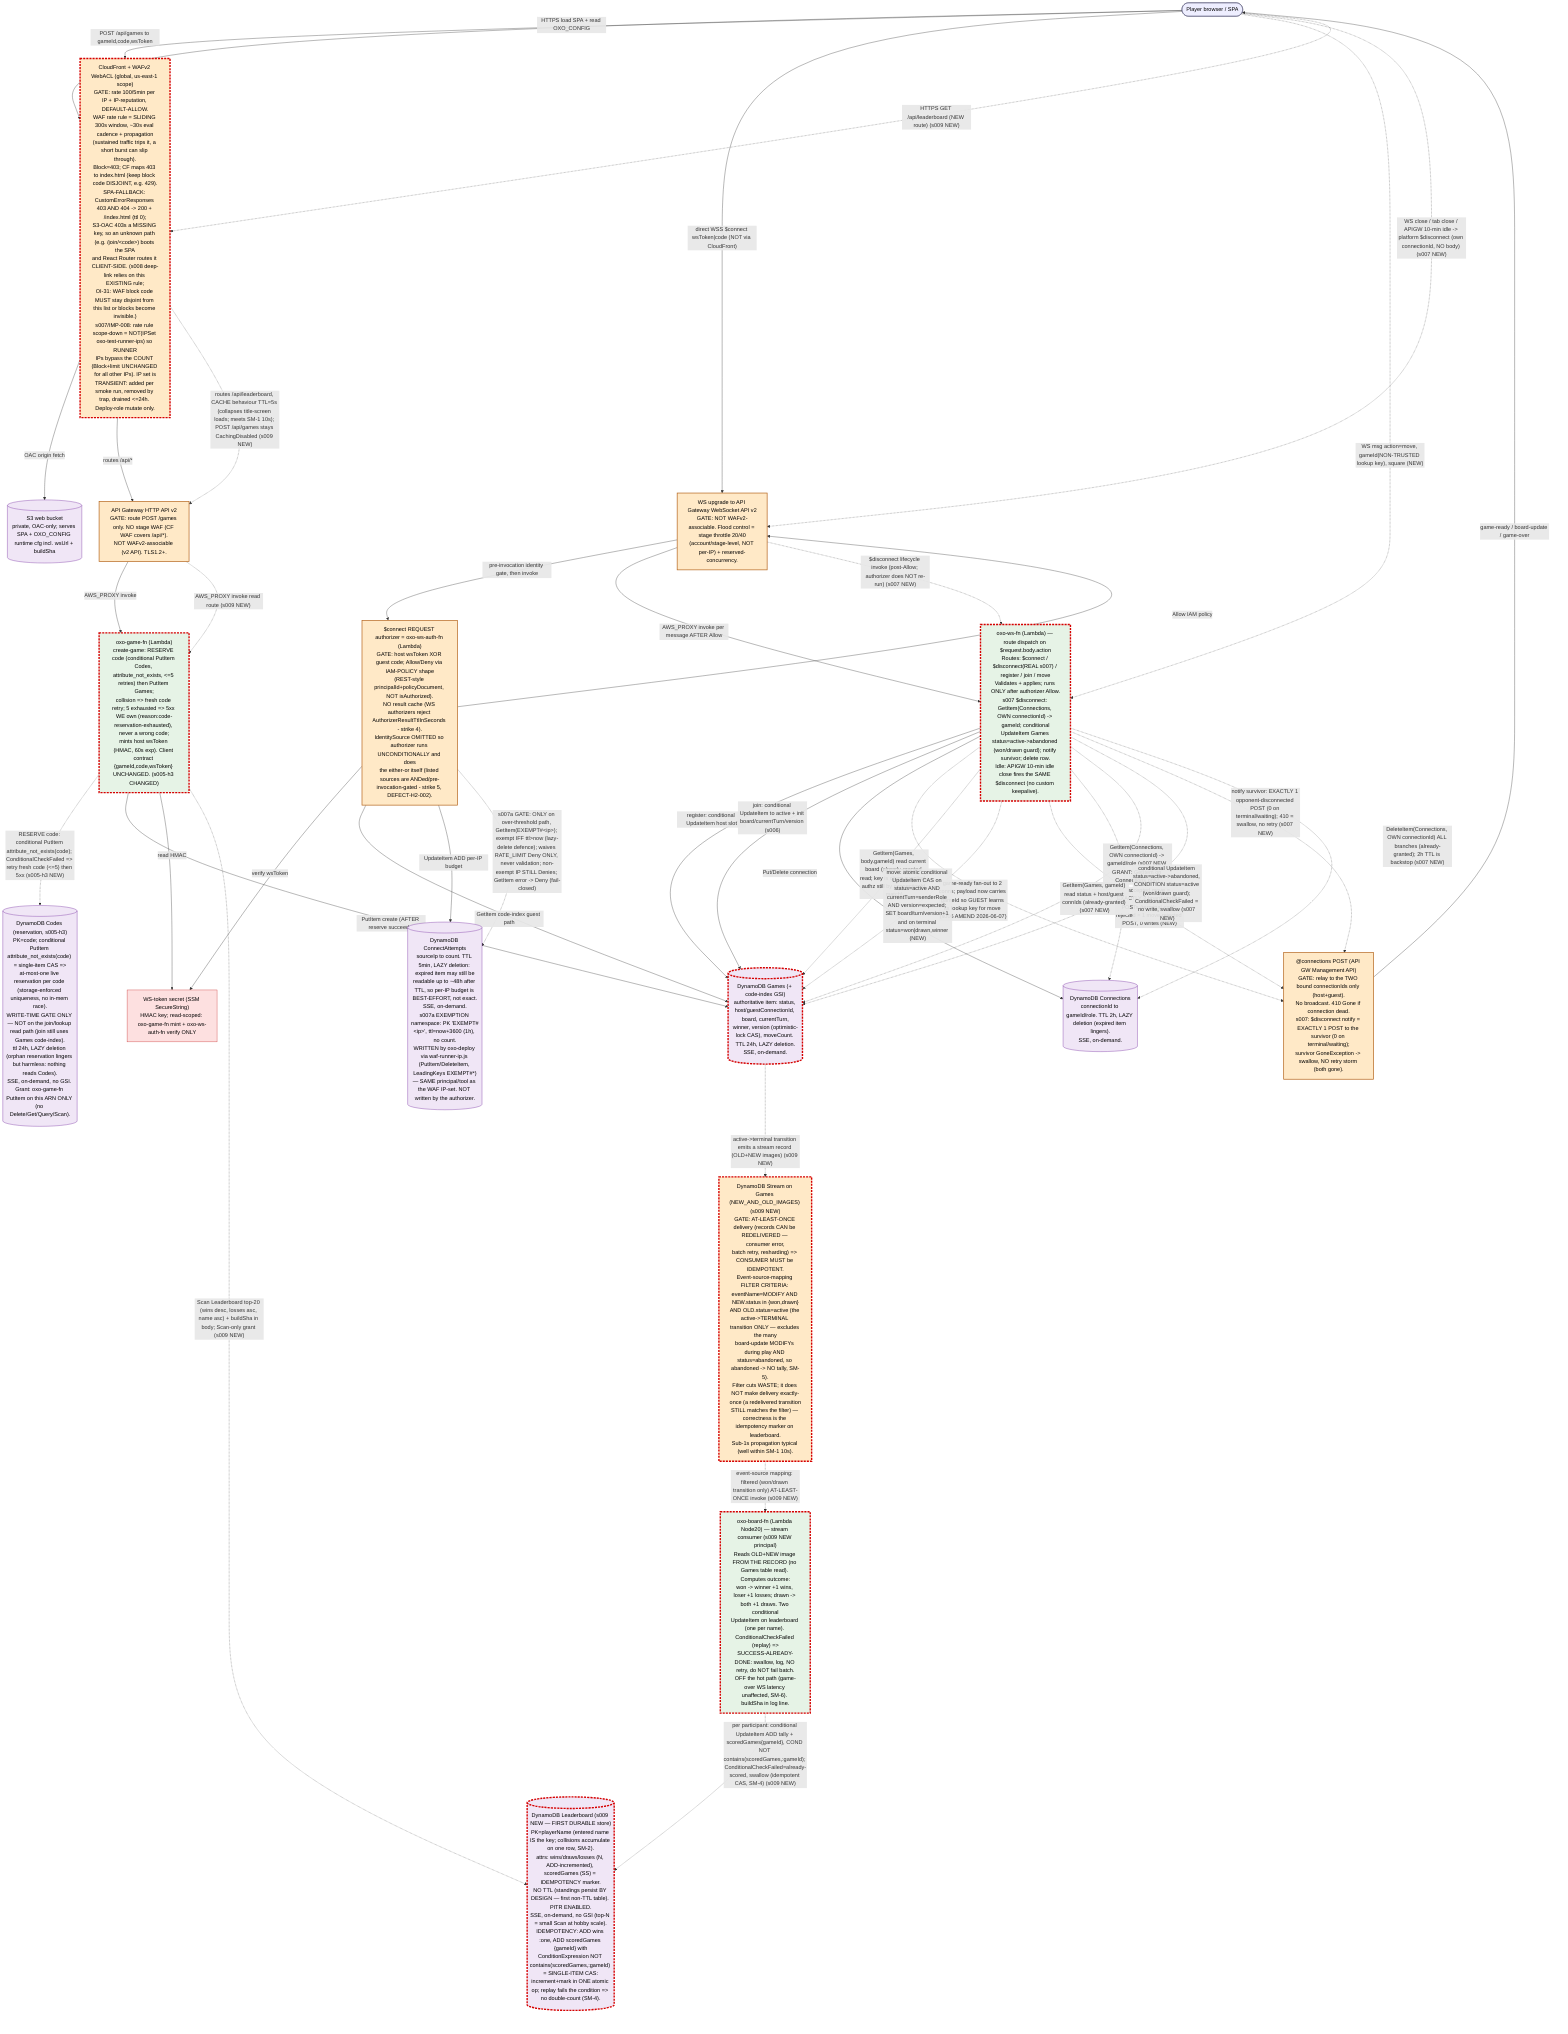
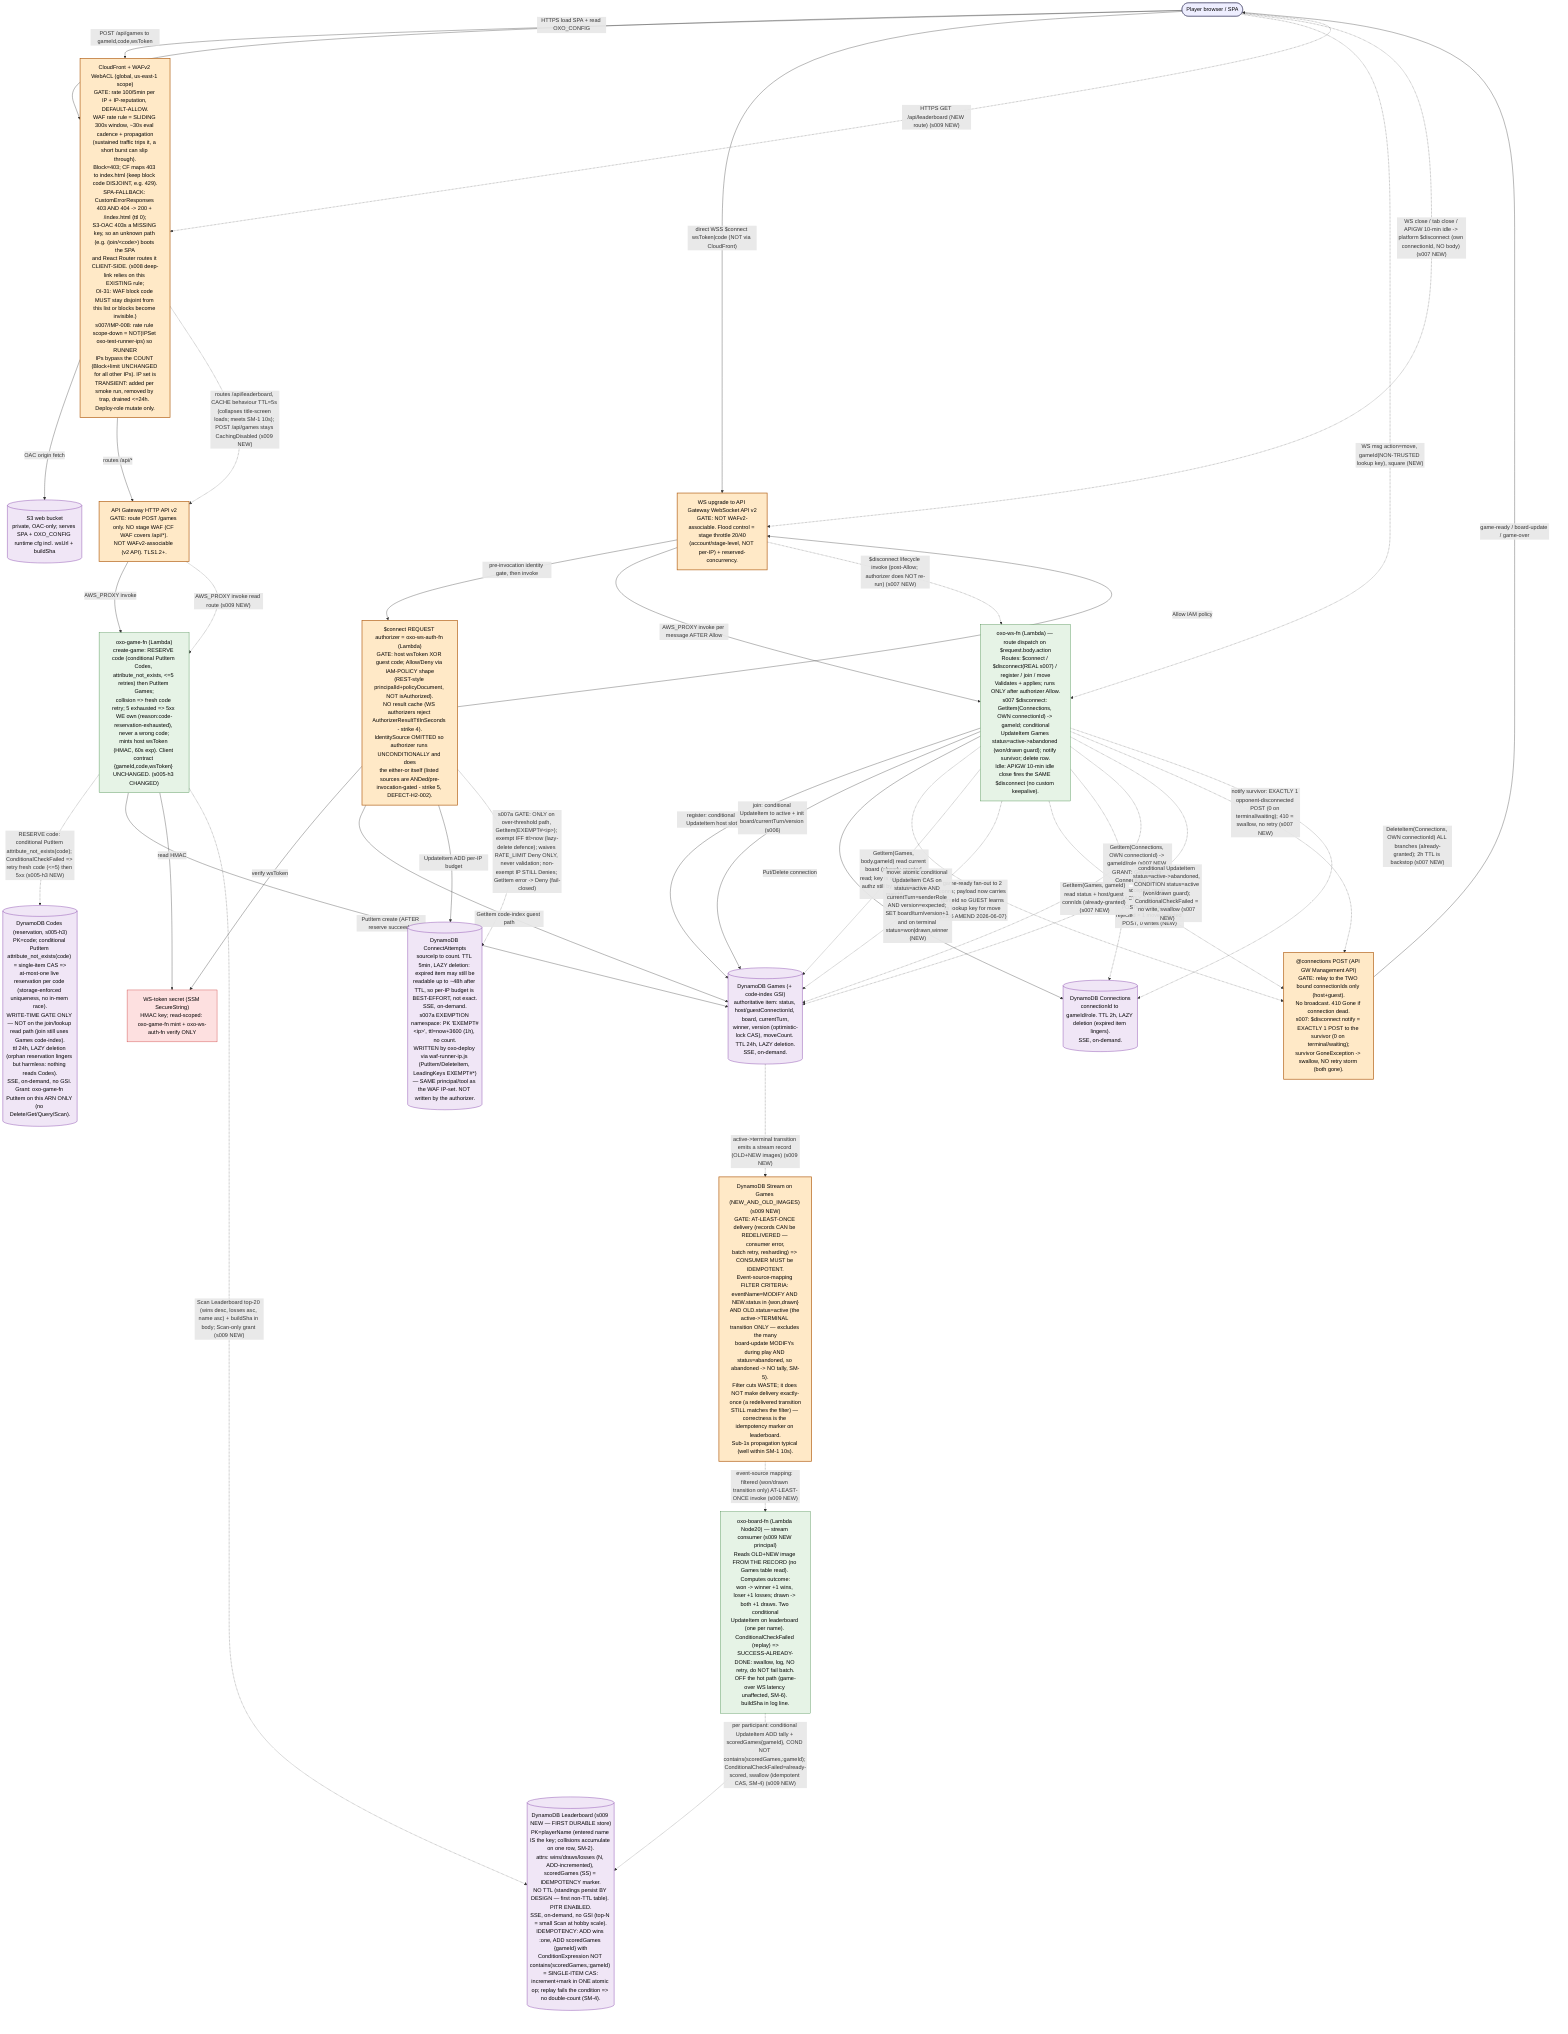
%% oxo-online runtime data-flow — s009 (delta 010) edition (process §12a)
%% Platform GATES are explicit nodes. Non-obvious platform semantics are named ON the node.
%% This file is the TESTER's planning input. classDef changed marks THIS slice's (s009) delta.
%% Granularity: module / gate level (coarse). Built scope only (deferred items are NOT drawn).
%% s009 (delta 010, C5): ARCADE SCOREBOARD — first DURABLE store + first DynamoDB STREAM.
%% NEW nodes: leaderboard (durable, NO TTL, PITR), board-fn (stream consumer). NEW gate node:
%% games-stream (DynamoDB Stream on Games, at-least-once delivery + active->terminal filter).
%% NEW edges: games -> games-stream (transition records), games-stream -> board-fn (consume),
%% board-fn -> leaderboard (conditional ADD + scoredGames marker = idempotent CAS),
%% player -> cfwaf GET /api/leaderboard (5s TTL cache behaviour), httpapi -> gamefn (Scan read),
%% gamefn -> leaderboard (Scan top-N). Name propagation: playerName onto Games at create/join
%% (rides EXISTING writes — no new edge, annotated on gamefn/wsfn->games edges).
%% classDef changed marks THIS slice's (s009) delta: see the s009 CHANGED block at the bottom.

flowchart TD

  %% ---- Edge / SPA path (HTTPS) ----
  player(["Player browser / SPA"]):::actor
  cfwaf["CloudFront + WAFv2 WebACL (global, us-east-1 scope)<br/>GATE: rate 100/5min per IP + IP-reputation, DEFAULT-ALLOW.<br/>WAF rate rule = SLIDING 300s window, ~30s eval cadence + propagation<br/>(sustained traffic trips it, a short burst can slip through).<br/>Block=403; CF maps 403 to index.html (keep block code DISJOINT, e.g. 429).<br/>SPA-FALLBACK: CustomErrorResponses 403 AND 404 -> 200 + /index.html (ttl 0);<br/>S3-OAC 403s a MISSING key, so an unknown path (e.g. /join/&lt;code&gt;) boots the SPA<br/>and React Router routes it CLIENT-SIDE. (s008 deep-link relies on this EXISTING rule;<br/>OI-31: WAF block code MUST stay disjoint from this list or blocks become invisible.)<br/>s007/IMP-008: rate rule scope-down = NOT(IPSet oxo-test-runner-ips) so RUNNER<br/>IPs bypass the COUNT (Block+limit UNCHANGED for all other IPs). IP set is<br/>TRANSIENT: added per smoke run, removed by trap, drained <=24h. Deploy-role mutate only."]:::gate
  s3[("S3 web bucket<br/>private, OAC-only; serves SPA + OXO_CONFIG runtime cfg incl. wsUrl + buildSha")]:::store
  httpapi["API Gateway HTTP API v2<br/>GATE: route POST /games only. NO stage WAF (CF WAF covers /api/*).<br/>NOT WAFv2-associable (v2 API). TLS1.2+."]:::gate
  gamefn["oxo-game-fn (Lambda)<br/>create-game: RESERVE code (conditional PutItem Codes, attribute_not_exists, <=5 retries) then PutItem Games;<br/>collision => fresh code retry; 5 exhausted => 5xx WE own (reason:code-reservation-exhausted), never a wrong code;<br/>mints host wsToken (HMAC, 60s exp). Client contract {gameId,code,wsToken} UNCHANGED. (s005-h3 CHANGED)"]:::compute
  codes[("DynamoDB Codes (reservation, s005-h3)<br/>PK=code; conditional PutItem attribute_not_exists(code) = single-item CAS =><br/>at-most-one live reservation per code (storage-enforced uniqueness, no in-mem race).<br/>WRITE-TIME GATE ONLY — NOT on the join/lookup read path (join still uses Games code-index).<br/>ttl 24h, LAZY deletion (orphan reservation lingers but harmless: nothing reads Codes).<br/>SSE, on-demand, no GSI. Grant: oxo-game-fn PutItem on this ARN ONLY (no Delete/Get/Query/Scan).")]:::store
  secret["WS-token secret (SSM SecureString)<br/>HMAC key; read-scoped: oxo-game-fn mint + oxo-ws-auth-fn verify ONLY"]:::secret

  %% ---- WebSocket path (WSS, NOT via CloudFront) ----
  wsupgrade["WS upgrade to API Gateway WebSocket API v2<br/>GATE: NOT WAFv2-associable. Flood control = stage throttle 20/40<br/>(account/stage-level, NOT per-IP) + reserved-concurrency."]:::gate
  wsauth["$connect REQUEST authorizer = oxo-ws-auth-fn (Lambda)<br/>GATE: host wsToken XOR guest code; Allow/Deny via IAM-POLICY shape<br/>(REST-style principalId+policyDocument, NOT isAuthorized).<br/>NO result cache (WS authorizers reject AuthorizerResultTtlInSeconds - strike 4).<br/>IdentitySource OMITTED so authorizer runs UNCONDITIONALLY and does<br/>the either-or itself (listed sources are ANDed/pre-invocation-gated - strike 5, DEFECT-H2-002)."]:::gate
  attempts[("DynamoDB ConnectAttempts<br/>sourceIp to count. TTL 5min, LAZY deletion: expired item may still be<br/>readable up to ~48h after TTL, so per-IP budget is BEST-EFFORT, not exact.<br/>SSE, on-demand.<br/>s007a EXEMPTION namespace: PK 'EXEMPT#&lt;ip&gt;', ttl=now+3600 (1h), no count.<br/>WRITTEN by oxo-deploy via waf-runner-ip.js (PutItem/DeleteItem, LeadingKeys EXEMPT#*)<br/>— SAME principal/tool as the WAF IP-set. NOT written by the authorizer.")]:::store
  wsfn["oxo-ws-fn (Lambda) — route dispatch on $request.body.action<br/>Routes: $connect / $disconnect(REAL s007) / register / join / move<br/>Validates + applies; runs ONLY after authorizer Allow.<br/>s007 $disconnect: GetItem(Connections, OWN connectionId) -> gameId; conditional<br/>UpdateItem Games status=active->abandoned (won/drawn guard); notify survivor; delete row.<br/>Idle: APIGW 10-min idle close fires the SAME $disconnect (no custom keepalive)."]:::compute
  conn[("DynamoDB Connections<br/>connectionId to gameId/role. TTL 2h, LAZY deletion (expired item lingers).<br/>SSE, on-demand.")]:::store
  games[("DynamoDB Games (+ code-index GSI)<br/>authoritative item: status, host/guestConnectionId, board, currentTurn,<br/>winner, version (optimistic-lock CAS), moveCount. TTL 24h, LAZY deletion.<br/>SSE, on-demand.")]:::store
  relay["@connections POST (API GW Management API)<br/>GATE: relay to the TWO bound connectionIds only (host+guest).<br/>No broadcast. 410 Gone if connection dead.<br/>s007: $disconnect notify = EXACTLY 1 POST to the survivor (0 on terminal/waiting);<br/>survivor GoneException -> swallow, NO retry storm (both gone)."]:::gate

  %% ---- s009 (delta 010) NEW nodes: arcade scoreboard ----
  games-stream["DynamoDB Stream on Games (NEW_AND_OLD_IMAGES) (s009 NEW)<br/>GATE: AT-LEAST-ONCE delivery (records CAN be REDELIVERED — consumer error,<br/>batch retry, resharding) => CONSUMER MUST be IDEMPOTENT.<br/>Event-source-mapping FILTER CRITERIA: eventName=MODIFY AND NEW.status in {won,drawn}<br/>AND OLD.status=active (the active->TERMINAL transition ONLY — excludes the many<br/>board-update MODIFYs during play AND status=abandoned, so abandoned -> NO tally, SM-5).<br/>Filter cuts WASTE; it does NOT make delivery exactly-once (a redelivered transition<br/>STILL matches the filter) — correctness is the idempotency marker on leaderboard.<br/>Sub-1s propagation typical (well within SM-1 10s)."]:::gate
  boardfn["oxo-board-fn (Lambda Node20) — stream consumer (s009 NEW principal)<br/>Reads OLD+NEW image FROM THE RECORD (no Games table read). Computes outcome:<br/>won -> winner +1 wins, loser +1 losses; drawn -> both +1 draws. Two conditional<br/>UpdateItem on leaderboard (one per name). ConditionalCheckFailed (replay) =><br/>SUCCESS-ALREADY-DONE: swallow, log, NO retry, do NOT fail batch.<br/>OFF the hot path (game-over WS latency unaffected, SM-6). buildSha in log line."]:::compute
  leaderboard[("DynamoDB Leaderboard (s009 NEW — FIRST DURABLE store)<br/>PK=playerName (entered name IS the key; collisions accumulate on one row, SM-2).<br/>attrs: wins/draws/losses (N, ADD-incremented), scoredGames (SS) = IDEMPOTENCY marker.<br/>NO TTL (standings persist BY DESIGN — first non-TTL table). PITR ENABLED.<br/>SSE, on-demand, no GSI (top-N = small Scan at hobby scale).<br/>IDEMPOTENCY: ADD wins :one, ADD scoredGames {gameId} with<br/>ConditionExpression NOT contains(scoredGames,:gameId) = SINGLE-ITEM CAS:<br/>increment+mark in ONE atomic op; replay fails the condition => no double-count (SM-4).")]:::store

  %% ---- Existing edges (built s001..s005-h2) ----
  player -->|"HTTPS load SPA + read OXO_CONFIG"| cfwaf
  cfwaf -->|"OAC origin fetch"| s3
  cfwaf -->|"routes /api/*"| httpapi
  player -->|"POST /api/games to gameId,code,wsToken"| cfwaf
  httpapi -->|"AWS_PROXY invoke"| gamefn
  gamefn -.->|"RESERVE code: conditional PutItem attribute_not_exists(code); ConditionalCheckFailed => retry fresh code (<=5) then 5xx (s005-h3 NEW)"| codes
  gamefn -->|"PutItem create (AFTER reserve succeeds)"| games
  gamefn -->|"read HMAC"| secret

  player -->|"direct WSS $connect wsToken|code (NOT via CloudFront)"| wsupgrade
  wsupgrade -->|"pre-invocation identity gate, then invoke"| wsauth
  wsauth -->|"verify wsToken"| secret
  wsauth -->|"GetItem code-index guest path"| games
  wsauth -->|"UpdateItem ADD per-IP budget"| attempts
  wsauth -.->|"s007a GATE: ONLY on over-threshold path, GetItem(EXEMPT#&lt;ip&gt;); exempt IFF ttl&gt;now (lazy-delete defence); waives RATE_LIMIT Deny ONLY, never validation; non-exempt IP STILL Denies; GetItem error -> Deny (fail-closed)"| attempts
  wsauth -->|"Allow IAM policy"| wsupgrade
  wsupgrade -->|"AWS_PROXY invoke per message AFTER Allow"| wsfn
  wsfn -->|"register: conditional UpdateItem host slot"| games
  wsfn -->|"join: conditional UpdateItem to active + init board/currentTurn/version (s006)"| games
  wsfn -->|"Put/Delete connection"| conn
  wsfn -.->|"game-ready fan-out to 2 conns; payload now carries gameId so GUEST learns its lookup key for move (s006 AMEND 2026-06-07)"| relay
  relay -->|"game-ready / board-update / game-over"| player

  %% ---- s006 NEW data flow: move relay (CHANGED, dotted) ----
  %% AMEND 2026-06-07: move frame carries gameId as a NON-TRUSTED LOOKUP KEY (selects
  %% the Games item to read; NOT an identity/role claim). Authorization is the
  %% server-side match of the REAL requestContext.connectionId vs stored host/guest
  %% ConnectionId; forged gameId resolves a game the sender is not in -> reject, no
  %% write. This is why NO Connections-read edge is added on the move path (S5 intact).
  %% game-ready fan-out (line 44 / join.ts) must now also carry gameId so the GUEST
  %% (joins by code) can supply the lookup key.
  player -.->|"WS msg action=move, gameId(NON-TRUSTED lookup key), square (NEW)"| wsfn
  wsfn -.->|"GetItem(Games, body.gameId) read current board (already-granted read; key is client-supplied, authz still by connectionId match)"| games
  wsfn -.->|"move: atomic conditional UpdateItem CAS on status=active AND currentTurn=senderRole AND version=expected; SET board/turn/version+1 and on terminal status=won|drawn,winner (NEW)"| games
  wsfn -.->|"accepted move = EXACTLY 2 board-update POSTs (terminal <=4); rejected = 1 move-rejected POST, 0 writes (NEW)"| relay

  %% ---- s007 NEW data flow: $disconnect abandon + notify + clean up (CHANGED, dotted) ----
  %% Platform fires $disconnect with ONLY the disconnecting OWN connectionId (no gameId, no body).
  %% connectionId IS the identity (platform-set, unspoofable) -> NO force-abandon spoof path.
  %% New IAM grant: dynamodb:GetItem on Connections ONLY (read OWN row by PK; no Query/Scan).
  player -.->|"WS close / tab close / APIGW 10-min idle -> platform $disconnect (own connectionId, NO body) (s007 NEW)"| wsupgrade
  wsupgrade -.->|"$disconnect lifecycle invoke (post-Allow; authorizer does NOT re-run) (s007 NEW)"| wsfn
  wsfn -.->|"GetItem(Connections, OWN connectionId) -> gameId/role (s007 NEW GRANT: GetItem on Connections only)"| conn
  wsfn -.->|"GetItem(Games, gameId) read status + host/guest connIds (already-granted) (s007 NEW)"| games
  wsfn -.->|"conditional UpdateItem status=active->abandoned, CONDITION status=active (won/drawn guard); ConditionalCheckFailed = no write, swallow (s007 NEW)"| games
  wsfn -.->|"notify survivor: EXACTLY 1 opponent-disconnected POST (0 on terminal/waiting); 410 = swallow, no retry (s007 NEW)"| relay
  wsfn -.->|"DeleteItem(Connections, OWN connectionId) ALL branches (already-granted); 2h TTL is backstop (s007 NEW)"| conn

  %% ---- s009 (delta 010) NEW data flow: arcade scoreboard (CHANGED, dotted) ----
  %% Name propagation rides EXISTING writes (no new edge, no new grant):
  %%   gamefn PutItem(create) now also writes hostName (from POST body playerName, normalised ≤10/charset/AAA-default);
  %%   wsfn conditional UpdateItem(join) now also writes guestName (from WS join playerName, same normalisation).
  %%   Validation is server-side at BOTH API boundaries = write-side half of the stored-XSS control.
  %% Result-recording = DynamoDB Stream (NOT inline): zero hot-path change, failure-isolated.
  games -.->|"active->terminal transition emits a stream record (OLD+NEW images) (s009 NEW)"| games-stream
  games-stream -.->|"event-source mapping: filtered (won/drawn transition only) AT-LEAST-ONCE invoke (s009 NEW)"| boardfn
  boardfn -.->|"per participant: conditional UpdateItem ADD tally + scoredGames{gameId}, COND NOT contains(scoredGames,:gameId); ConditionalCheckFailed=already-scored, swallow (idempotent CAS, SM-4) (s009 NEW)"| leaderboard
  %% Read path: GET /api/leaderboard -> CloudFront 5s-TTL behaviour -> HTTP API -> oxo-game-fn Scan top-N.
  player -.->|"HTTPS GET /api/leaderboard (NEW route) (s009 NEW)"| cfwaf
  cfwaf -.->|"routes /api/leaderboard, CACHE behaviour TTL=5s (collapses title-screen loads; meets SM-1 10s); POST /api/games stays CachingDisabled (s009 NEW)"| httpapi
  httpapi -.->|"AWS_PROXY invoke read route (s009 NEW)"| gamefn
  gamefn -.->|"Scan Leaderboard top-20 (wins desc, losses asc, name asc) + buildSha in body; Scan-only grant (s009 NEW)"| leaderboard

  %% ---- classDef ----
  classDef actor fill:#eef,stroke:#446,color:#000;
  classDef gate fill:#ffe9c7,stroke:#b5651d,color:#000,stroke-width:2px;
  classDef compute fill:#e6f3e6,stroke:#2e7d32,color:#000;
  classDef store fill:#f0e6f6,stroke:#6a1b9a,color:#000;
  classDef secret fill:#fde0e0,stroke:#c62828,color:#000;
  classDef changed stroke:#d50000,stroke-width:4px,stroke-dasharray:6 3;

  %% s006 changed marks CLEARED (2026-06-07 — tester consumed, UC6 prod validation PASS)
  %% Previously marked: wsfn (move route), games (move-write semantics).
  %% Dotted edges (move msg, GetItem, CAS write, 2-post relay) are now delivered/stable.

  %% ---- s007 CHANGED marks (tester plans from these) ----
  %% wsfn: $disconnect stub -> real (abandon+notify+clean up); +Connections GetItem grant.
  %% conn: now READ on the $disconnect path (was write-only) — new GetItem edge.
  %% games: gains active->abandoned conditional transition on $disconnect.
  %% relay: gains the 1-post survivor notify (0 on terminal/waiting).
  %% cfwaf: gains the IMP-008 oxo-test-runner-ips IP-set scope-down annotation.
  %% ---- s007a CHANGED marks (DEFECT-S007-001 authorizer runner-exemption) ----
  %% wsauth: gains a post-threshold exemption GetItem (waives RATE_LIMIT Deny ONLY
  %%   for a LIVE EXEMPT#<ip> item, ttl>now; non-exempt IP still Denies; fail-closed).
  %% attempts: gains the EXEMPT#<ip> namespace (1h TTL), written by oxo-deploy via
  %%   waf-runner-ip.js (PutItem/DeleteItem, LeadingKeys EXEMPT#*) — not the authorizer.
  %% s007 changed marks CLEARED (2026-06-07 — tester consumed, UC4 prod validation PASS)
  %% wsfn: $disconnect real (abandon+notify+clean up); conn: GetItem on $disconnect path;
  %% games: active->abandoned transition; relay: 1-post survivor notify;
  %% cfwaf: IMP-008 scope-down; wsauth: runner-exemption check; attempts: EXEMPT# namespace.
  %% class wsfn,conn,games,relay,cfwaf,wsauth,attempts changed; — CLEARED

  %% ---- s008 CHANGED marks (CLIENT-ONLY / arch-lite — tester plans from these) ----
  %% NO new node, NO new edge, NO new platform gate, NO new data flow.
  %% cfwaf: ONLY mark — the EXISTING SPA-fallback (403/404 -> 200 + /index.html) now also
  %%   serves the deep-link path /join/<code> so React Router resolves it client-side.
  %%   Tester plans the deep-link-boots-SPA prod smoke (T1) + SM-5 two-browser e2e from this.
  %%   The deep-link JOIN reuses the EXISTING WS $connect?code + join path UNCHANGED (no edge change).
  %% s008 changed mark CLEARED (2026-06-07 — tester consumed, UC3 prod validation PASS, C4 MET 2323ms).
  %% cfwaf: deep-link /join/<code> via existing SPA-fallback confirmed in prod.

  %% ---- s009 (delta 010) CHANGED marks (tester plans from these — node id === @covers tag) ----
  %% NEW nodes: leaderboard (first DURABLE store, NO TTL, PITR, scoredGames idempotency marker),
  %%   boardfn (NEW principal, stream consumer, idempotent ConditionalCheckFailed-swallow),
  %%   games-stream (NEW gate: AT-LEAST-ONCE delivery + active->terminal filter; filter cuts
  %%   waste but NOT redelivery — correctness is the leaderboard marker).
  %% NEW edges: games->games-stream, games-stream->boardfn, boardfn->leaderboard (idempotent CAS),
  %%   player->cfwaf (GET /api/leaderboard), cfwaf->httpapi (5s TTL behaviour), httpapi->gamefn (read),
  %%   gamefn->leaderboard (Scan top-N).
  %% CHANGED nodes (annotation only, name-write rides existing writes): gamefn (hostName on create
  %%   PutItem), wsfn (guestName on join UpdateItem), cfwaf (new 5s-TTL /api/leaderboard behaviour),
  %%   games (Stream now ENABLED; +hostName/guestName attrs).
  %% Tester pins: SM-4 idempotency (T-LB-3 replay byte-identical), SM-5 abandoned->no tally (filter),
  %%   SM-2 collision (one row), stored-XSS (T-LB-8 escaped text + no dangerouslySetInnerHTML),
  %%   IAM no-widening (T-LB-9), §30 skeleton Probe A+B (T-LB-10).
-   class leaderboard,boardfn,games-stream,gamefn,wsfn,cfwaf,games changed;
+   %% s009 changed marks CLEARED (2026-06-08 — tester consumed, UC5 in-prod validation PASS, C5 MET)
+   %% leaderboard: first durable store (PITR, no TTL, scoredGames idempotency) — delivered/stable.
+   %% boardfn: stream consumer, idempotent ConditionalCheckFailed-swallow — delivered/stable.
+   %% games-stream: AT-LEAST-ONCE gate + active->terminal filter — delivered/stable.
+   %% gamefn: +Scan Leaderboard top-20 on GET /api/leaderboard — delivered/stable.
+   %% wsfn: guestName on join UpdateItem rides existing write — delivered/stable.
+   %% cfwaf: +5s-TTL /api/leaderboard behaviour — delivered/stable.
+   %% games: Stream enabled + hostName/guestName attrs — delivered/stable.
+   %% SM-1 cross-instance 1248ms (SLA 10s). DEFECT-S008-002 CLOSED.

  %% ---- s005-h3 CHANGED marks CLEARED (2026-06-07 — tester consumed, UC4 in-prod validation PASS, OI-3 CLOSED) ----
  %% codes: NEW store node — delivered/stable. PK=code, CAS via conditional PutItem attribute_not_exists.
  %% gamefn->codes: NEW reserve edge — delivered/stable. 50-concurrent SM-2 proof: distinct=50/50 p95=246ms.
  %% gamefn node: create flow reserve->retry->write — delivered/stable. Contract {gameId,code,wsToken} UNCHANGED.
  %% AC-5 IAM PASS: PutItem on Games+Codes ARNs; no Delete/Get/Query/Scan on Codes; no wildcard.
  %% AC-6 ConditionExpression pin: unit-confirmed (attribute_not_exists(code)).
  %% AC-7 orphan-harmless: Codes table has no GSI; join path uses Games code-index (unchanged).
  %% OI-3 CLOSED: all C4 hardening done (s005-h1 WAF, s005-h2 connect-auth, s005-h3 code-uniqueness).
